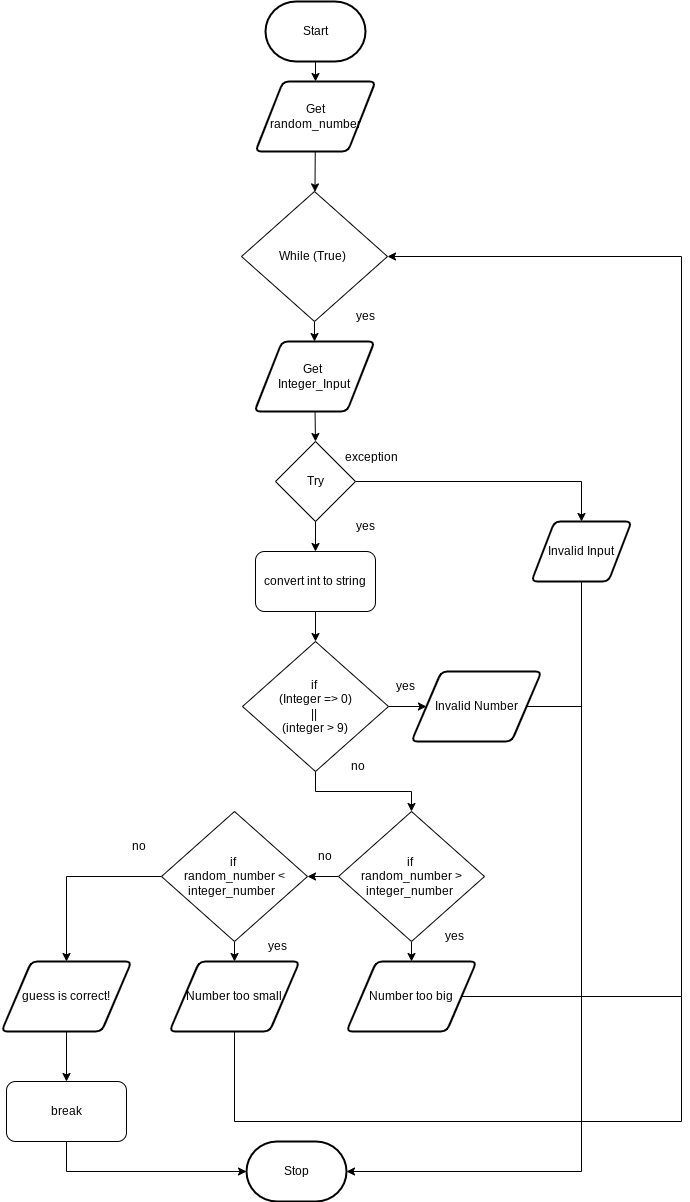
This is Drawio/FlowChart.png from JacksonNaufal/ICS3U-Unit4-05-Python, a draw.io export, as it was before one commit. Source tidied: cells renumbered, new cells last; positions are measured from the earlier drawing's top-left corner, leaving out a move shared by most shapes.
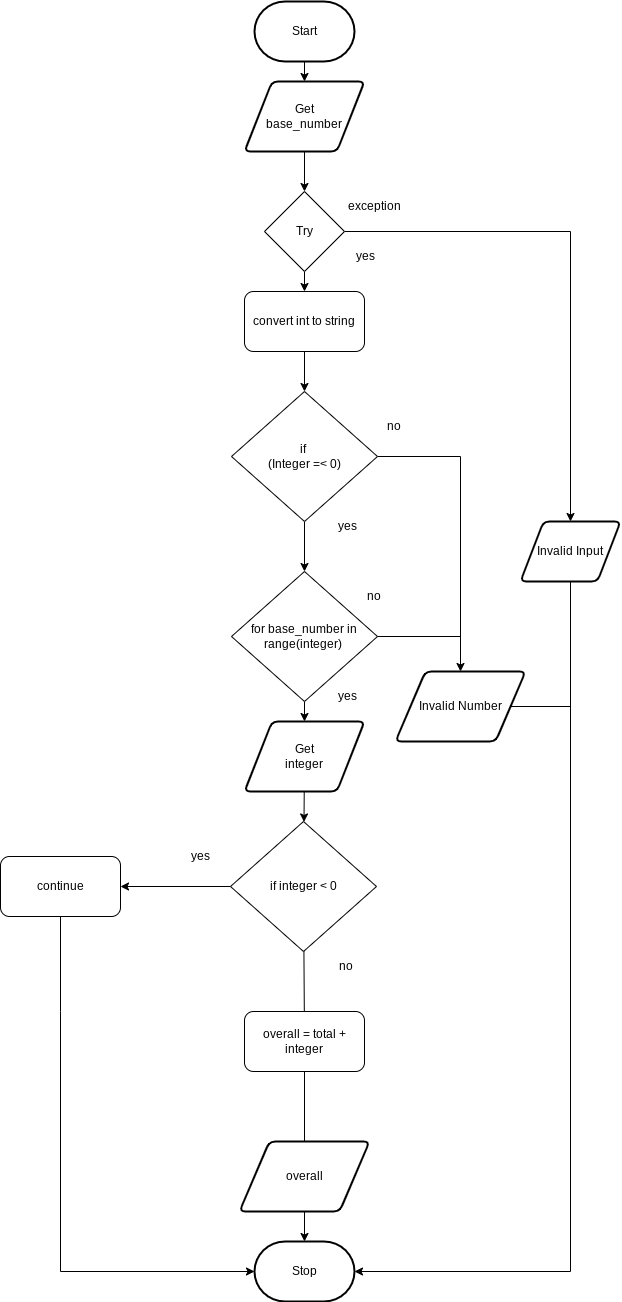
After the commit.

The edit, as a diff of the source:
```diff
@@ -6,7 +6,7 @@
       <mxGeometry x="264" width="100" height="60" as="geometry" />
     </mxCell>
     <mxCell id="3" value="Stop" style="strokeWidth=2;html=1;shape=mxgraph.flowchart.terminator;whiteSpace=wrap;rounded=1;" parent="1" vertex="1">
-      <mxGeometry x="245" y="1140" width="100" height="60" as="geometry" />
+      <mxGeometry x="264" y="1240" width="100" height="60" as="geometry" />
     </mxCell>
     <mxCell id="4" style="edgeStyle=none;html=1;" parent="1" edge="1" source="6" target="15">
       <mxGeometry relative="1" as="geometry" />
@@ -14,48 +14,44 @@
     <mxCell id="5" style="edgeStyle=none;html=1;entryX=0.5;entryY=0;entryDx=0;entryDy=0;endArrow=classic;endFill=1;rounded=0;" parent="1" edge="1" source="6" target="8">
       <mxGeometry relative="1" as="geometry">
         <Array as="points">
-          <mxPoint x="580" y="480" />
+          <mxPoint x="580" y="230" />
         </Array>
       </mxGeometry>
     </mxCell>
     <mxCell id="6" value="Try" style="rhombus;whiteSpace=wrap;html=1;" parent="1" vertex="1">
-      <mxGeometry x="274" y="440" width="80" height="80" as="geometry" />
+      <mxGeometry x="274" y="190" width="80" height="80" as="geometry" />
     </mxCell>
     <mxCell id="7" style="edgeStyle=none;rounded=0;html=1;entryX=1;entryY=0.5;entryDx=0;entryDy=0;entryPerimeter=0;" parent="1" edge="1" source="8" target="3">
       <mxGeometry relative="1" as="geometry">
         <Array as="points">
-          <mxPoint x="580" y="1170" />
+          <mxPoint x="580" y="1270" />
         </Array>
       </mxGeometry>
     </mxCell>
     <mxCell id="8" value="Invalid Input" style="shape=parallelogram;html=1;strokeWidth=2;perimeter=parallelogramPerimeter;whiteSpace=wrap;rounded=1;arcSize=12;size=0.23;" parent="1" vertex="1">
       <mxGeometry x="530" y="520" width="100" height="60" as="geometry" />
     </mxCell>
-    <mxCell id="9" style="edgeStyle=none;rounded=0;html=1;entryX=0.5;entryY=0;entryDx=0;entryDy=0;fontSize=12;endArrow=classic;endFill=1;" parent="1" edge="1" source="10" target="6">
+    <mxCell id="9" style="edgeStyle=none;rounded=0;html=1;entryX=0.5;entryY=0;entryDx=0;entryDy=0;fontSize=12;endArrow=classic;endFill=1;exitX=0.5;exitY=1;exitDx=0;exitDy=0;" parent="1" edge="1" source="23" target="6">
       <mxGeometry relative="1" as="geometry" />
     </mxCell>
-    <mxCell id="10" value="Get &lt;br&gt;Integer_Input" style="shape=parallelogram;html=1;strokeWidth=2;perimeter=parallelogramPerimeter;whiteSpace=wrap;rounded=1;arcSize=12;size=0.23;" parent="1" vertex="1">
-      <mxGeometry x="253" y="340" width="120" height="70" as="geometry" />
-    </mxCell>
-    <mxCell id="11" style="edgeStyle=none;html=1;entryX=0;entryY=0.5;entryDx=0;entryDy=0;" parent="1" edge="1" source="13" target="17">
-      <mxGeometry relative="1" as="geometry" />
+    <mxCell id="11" style="edgeStyle=none;html=1;entryX=0.5;entryY=0;entryDx=0;entryDy=0;rounded=0;" parent="1" edge="1" source="13" target="17">
+      <mxGeometry relative="1" as="geometry">
+        <Array as="points">
+          <mxPoint x="470" y="455" />
+        </Array>
+      </mxGeometry>
     </mxCell>
-    <mxCell id="12" style="edgeStyle=none;rounded=0;html=1;entryX=0.5;entryY=0;entryDx=0;entryDy=0;fontSize=12;endArrow=classic;endFill=1;exitX=0.5;exitY=1;exitDx=0;exitDy=0;" parent="1" edge="1" source="13" target="30">
-      <mxGeometry relative="1" as="geometry">
-        <Array as="points">
-          <mxPoint x="314" y="790" />
-          <mxPoint x="410" y="790" />
-        </Array>
-      </mxGeometry>
-    </mxCell>
+    <mxCell id="46" style="edgeStyle=none;rounded=0;html=1;" parent="1" edge="1" source="13" target="49">
+      <mxGeometry relative="1" as="geometry" />
+    </mxCell>
-    <mxCell id="13" value="if&amp;nbsp;&lt;br&gt;(Integer =&amp;gt; 0)&lt;br&gt;||&amp;nbsp;&lt;br&gt;(integer &amp;gt; 9)" style="rhombus;whiteSpace=wrap;html=1;" parent="1" vertex="1">
-      <mxGeometry x="241" y="640" width="146" height="130" as="geometry" />
+    <mxCell id="13" value="if&amp;nbsp;&lt;br&gt;(Integer =&amp;lt; 0)" style="rhombus;whiteSpace=wrap;html=1;" parent="1" vertex="1">
+      <mxGeometry x="241" y="390" width="146" height="130" as="geometry" />
     </mxCell>
     <mxCell id="14" style="edgeStyle=none;html=1;entryX=0.5;entryY=0;entryDx=0;entryDy=0;" parent="1" edge="1" source="15" target="13">
       <mxGeometry relative="1" as="geometry" />
     </mxCell>
     <mxCell id="15" value="convert int to string" style="rounded=1;whiteSpace=wrap;html=1;" parent="1" vertex="1">
-      <mxGeometry x="254" y="550" width="120" height="60" as="geometry" />
+      <mxGeometry x="254" y="290" width="120" height="60" as="geometry" />
     </mxCell>
     <mxCell id="16" style="edgeStyle=none;rounded=0;html=1;endArrow=none;endFill=0;" parent="1" edge="1" source="17">
       <mxGeometry relative="1" as="geometry">
@@ -63,111 +59,86 @@
       </mxGeometry>
     </mxCell>
     <mxCell id="17" value="&lt;font style=&quot;font-size: 12px&quot;&gt;Invalid Number&lt;/font&gt;" style="shape=parallelogram;html=1;strokeWidth=2;perimeter=parallelogramPerimeter;whiteSpace=wrap;rounded=1;arcSize=12;size=0.23;" parent="1" vertex="1">
-      <mxGeometry x="410" y="670" width="130" height="70" as="geometry" />
+      <mxGeometry x="405" y="670" width="130" height="70" as="geometry" />
     </mxCell>
     <mxCell id="18" value="&lt;font style=&quot;font-size: 12px&quot;&gt;exception&lt;/font&gt;" style="text;html=1;strokeColor=none;fillColor=none;align=center;verticalAlign=middle;whiteSpace=wrap;rounded=0;fontSize=8;" parent="1" vertex="1">
-      <mxGeometry x="340" y="441" width="60" height="30" as="geometry" />
+      <mxGeometry x="354" y="190" width="60" height="30" as="geometry" />
     </mxCell>
     <mxCell id="19" value="&lt;font style=&quot;font-size: 12px&quot;&gt;yes&lt;/font&gt;" style="text;html=1;strokeColor=none;fillColor=none;align=center;verticalAlign=middle;whiteSpace=wrap;rounded=0;fontSize=8;" parent="1" vertex="1">
-      <mxGeometry x="334" y="510" width="60" height="30" as="geometry" />
+      <mxGeometry x="345" y="240" width="60" height="30" as="geometry" />
     </mxCell>
     <mxCell id="20" value="&lt;font style=&quot;font-size: 12px&quot;&gt;yes&lt;/font&gt;" style="text;html=1;strokeColor=none;fillColor=none;align=center;verticalAlign=middle;whiteSpace=wrap;rounded=0;fontSize=8;" parent="1" vertex="1">
-      <mxGeometry x="374" y="670" width="60" height="30" as="geometry" />
+      <mxGeometry x="327" y="510" width="60" height="30" as="geometry" />
     </mxCell>
     <mxCell id="21" value="&lt;font style=&quot;font-size: 12px&quot;&gt;no&lt;/font&gt;" style="text;html=1;strokeColor=none;fillColor=none;align=center;verticalAlign=middle;whiteSpace=wrap;rounded=0;fontSize=8;" parent="1" vertex="1">
-      <mxGeometry x="327" y="750" width="60" height="30" as="geometry" />
+      <mxGeometry x="374" y="410" width="60" height="30" as="geometry" />
     </mxCell>
-    <mxCell id="22" style="edgeStyle=none;rounded=0;html=1;fontSize=12;endArrow=classic;endFill=1;" parent="1" edge="1" source="23" target="26">
-      <mxGeometry relative="1" as="geometry" />
-    </mxCell>
-    <mxCell id="23" value="Get&lt;br&gt;random_number" style="shape=parallelogram;html=1;strokeWidth=2;perimeter=parallelogramPerimeter;whiteSpace=wrap;rounded=1;arcSize=12;size=0.23;" parent="1" vertex="1">
+    <mxCell id="23" value="Get&lt;br&gt;base_number" style="shape=parallelogram;html=1;strokeWidth=2;perimeter=parallelogramPerimeter;whiteSpace=wrap;rounded=1;arcSize=12;size=0.23;" parent="1" vertex="1">
       <mxGeometry x="254" y="80" width="120" height="70" as="geometry" />
     </mxCell>
     <mxCell id="24" style="edgeStyle=none;rounded=0;html=1;endArrow=classic;endFill=1;" parent="1" edge="1" source="2" target="23">
       <mxGeometry relative="1" as="geometry" />
     </mxCell>
-    <mxCell id="25" style="edgeStyle=none;rounded=0;html=1;entryX=0.5;entryY=0;entryDx=0;entryDy=0;fontSize=12;endArrow=classic;endFill=1;" parent="1" edge="1" source="26" target="10">
-      <mxGeometry relative="1" as="geometry" />
-    </mxCell>
-    <mxCell id="26" value="While (True)&amp;nbsp;" style="rhombus;whiteSpace=wrap;html=1;" parent="1" vertex="1">
-      <mxGeometry x="240" y="190" width="146" height="130" as="geometry" />
-    </mxCell>
-    <mxCell id="27" value="&lt;font style=&quot;font-size: 12px&quot;&gt;yes&lt;/font&gt;" style="text;html=1;strokeColor=none;fillColor=none;align=center;verticalAlign=middle;whiteSpace=wrap;rounded=0;fontSize=8;" parent="1" vertex="1">
-      <mxGeometry x="334" y="300" width="60" height="30" as="geometry" />
-    </mxCell>
-    <mxCell id="28" style="edgeStyle=none;rounded=0;html=1;fontSize=12;endArrow=classic;endFill=1;" parent="1" edge="1" source="30" target="35">
-      <mxGeometry relative="1" as="geometry" />
-    </mxCell>
-    <mxCell id="29" style="edgeStyle=none;rounded=0;html=1;fontSize=12;endArrow=classic;endFill=1;" parent="1" edge="1" source="30" target="33">
-      <mxGeometry relative="1" as="geometry" />
-    </mxCell>
-    <mxCell id="30" value="if&amp;nbsp;&lt;br&gt;random_number &amp;gt; integer_number&amp;nbsp;" style="rhombus;whiteSpace=wrap;html=1;" parent="1" vertex="1">
-      <mxGeometry x="337" y="810" width="146" height="130" as="geometry" />
-    </mxCell>
-    <mxCell id="31" style="edgeStyle=none;rounded=0;html=1;fontSize=12;endArrow=classic;endFill=1;" parent="1" edge="1" source="33" target="37">
-      <mxGeometry relative="1" as="geometry" />
-    </mxCell>
-    <mxCell id="32" style="edgeStyle=none;rounded=0;html=1;entryX=0.5;entryY=0;entryDx=0;entryDy=0;fontSize=12;endArrow=classic;endFill=1;exitX=0;exitY=0.5;exitDx=0;exitDy=0;" parent="1" edge="1" source="33">
-      <mxGeometry relative="1" as="geometry">
-        <mxPoint x="65" y="960" as="targetPoint" />
-        <Array as="points">
-          <mxPoint x="65" y="875" />
-        </Array>
-      </mxGeometry>
-    </mxCell>
-    <mxCell id="33" value="if&amp;nbsp;&lt;br&gt;random_number &amp;lt; integer_number&amp;nbsp;&amp;nbsp;" style="rhombus;whiteSpace=wrap;html=1;" parent="1" vertex="1">
-      <mxGeometry x="160" y="810" width="146" height="130" as="geometry" />
-    </mxCell>
-    <mxCell id="34" style="edgeStyle=none;rounded=0;html=1;entryX=1;entryY=0.5;entryDx=0;entryDy=0;fontSize=12;endArrow=classic;endFill=1;" parent="1" edge="1" source="35" target="26">
-      <mxGeometry relative="1" as="geometry">
-        <Array as="points">
-          <mxPoint x="680" y="995" />
-          <mxPoint x="680" y="255" />
-        </Array>
-      </mxGeometry>
-    </mxCell>
-    <mxCell id="35" value="&lt;font style=&quot;font-size: 12px&quot;&gt;Number too big&lt;/font&gt;" style="shape=parallelogram;html=1;strokeWidth=2;perimeter=parallelogramPerimeter;whiteSpace=wrap;rounded=1;arcSize=12;size=0.23;" parent="1" vertex="1">
-      <mxGeometry x="345" y="960" width="130" height="70" as="geometry" />
-    </mxCell>
-    <mxCell id="36" style="edgeStyle=none;rounded=0;html=1;fontSize=12;endArrow=none;endFill=0;exitX=0.5;exitY=1;exitDx=0;exitDy=0;" parent="1" edge="1" source="37">
-      <mxGeometry relative="1" as="geometry">
-        <mxPoint x="680" y="995" as="targetPoint" />
-        <Array as="points">
-          <mxPoint x="233" y="1120" />
-          <mxPoint x="680" y="1120" />
-        </Array>
-      </mxGeometry>
-    </mxCell>
-    <mxCell id="37" value="Number too small" style="shape=parallelogram;html=1;strokeWidth=2;perimeter=parallelogramPerimeter;whiteSpace=wrap;rounded=1;arcSize=12;size=0.23;" parent="1" vertex="1">
-      <mxGeometry x="168" y="960" width="130" height="70" as="geometry" />
-    </mxCell>
     <mxCell id="38" style="edgeStyle=none;rounded=0;html=1;entryX=0;entryY=0.5;entryDx=0;entryDy=0;entryPerimeter=0;fontSize=12;endArrow=classic;endFill=1;exitX=0.5;exitY=1;exitDx=0;exitDy=0;" parent="1" edge="1" source="39" target="3">
       <mxGeometry relative="1" as="geometry">
         <Array as="points">
-          <mxPoint x="65" y="1170" />
+          <mxPoint x="70" y="1010" />
+          <mxPoint x="70" y="1270" />
         </Array>
       </mxGeometry>
     </mxCell>
-    <mxCell id="39" value="break" style="rounded=1;whiteSpace=wrap;html=1;" parent="1" vertex="1">
-      <mxGeometry x="5" y="1080" width="120" height="60" as="geometry" />
+    <mxCell id="39" value="continue" style="rounded=1;whiteSpace=wrap;html=1;" parent="1" vertex="1">
+      <mxGeometry x="10" y="855" width="120" height="60" as="geometry" />
     </mxCell>
-    <mxCell id="40" style="edgeStyle=none;rounded=0;html=1;fontSize=12;endArrow=classic;endFill=1;" parent="1" edge="1" source="41" target="39">
-      <mxGeometry relative="1" as="geometry" />
-    </mxCell>
-    <mxCell id="41" value="guess is correct!" style="shape=parallelogram;html=1;strokeWidth=2;perimeter=parallelogramPerimeter;whiteSpace=wrap;rounded=1;arcSize=12;size=0.23;" parent="1" vertex="1">
-      <mxGeometry y="960" width="130" height="70" as="geometry" />
-    </mxCell>
-    <mxCell id="42" value="&lt;font style=&quot;font-size: 12px&quot;&gt;yes&lt;/font&gt;" style="text;html=1;strokeColor=none;fillColor=none;align=center;verticalAlign=middle;whiteSpace=wrap;rounded=0;fontSize=8;" parent="1" vertex="1">
-      <mxGeometry x="423" y="920" width="60" height="30" as="geometry" />
-    </mxCell>
-    <mxCell id="43" value="&lt;font style=&quot;font-size: 12px&quot;&gt;no&lt;/font&gt;" style="text;html=1;strokeColor=none;fillColor=none;align=center;verticalAlign=middle;whiteSpace=wrap;rounded=0;fontSize=8;" parent="1" vertex="1">
-      <mxGeometry x="294" y="840" width="60" height="30" as="geometry" />
-    </mxCell>
-    <mxCell id="44" value="&lt;font style=&quot;font-size: 12px&quot;&gt;no&lt;/font&gt;" style="text;html=1;strokeColor=none;fillColor=none;align=center;verticalAlign=middle;whiteSpace=wrap;rounded=0;fontSize=8;" parent="1" vertex="1">
-      <mxGeometry x="108" y="830" width="60" height="30" as="geometry" />
-    </mxCell>
-    <mxCell id="45" value="&lt;font style=&quot;font-size: 12px&quot;&gt;yes&lt;/font&gt;" style="text;html=1;strokeColor=none;fillColor=none;align=center;verticalAlign=middle;whiteSpace=wrap;rounded=0;fontSize=8;" parent="1" vertex="1">
-      <mxGeometry x="246" y="930" width="60" height="30" as="geometry" />
-    </mxCell>
+    <mxCell id="47" style="edgeStyle=none;rounded=0;html=1;" parent="1" edge="1" source="49" target="51">
+      <mxGeometry relative="1" as="geometry" />
+    </mxCell>
+    <mxCell id="48" style="edgeStyle=none;rounded=0;html=1;endArrow=none;endFill=0;" parent="1" edge="1" source="49">
+      <mxGeometry relative="1" as="geometry">
+        <mxPoint x="470" y="635" as="targetPoint" />
+      </mxGeometry>
+    </mxCell>
+    <mxCell id="49" value="for base_number in&lt;br&gt;range(integer)&amp;nbsp;" style="rhombus;whiteSpace=wrap;html=1;" parent="1" vertex="1">
+      <mxGeometry x="241" y="570" width="146" height="130" as="geometry" />
+    </mxCell>
+    <mxCell id="50" style="edgeStyle=none;rounded=0;html=1;" parent="1" edge="1" source="51" target="54">
+      <mxGeometry relative="1" as="geometry" />
+    </mxCell>
+    <mxCell id="51" value="Get&lt;br&gt;integer" style="shape=parallelogram;html=1;strokeWidth=2;perimeter=parallelogramPerimeter;whiteSpace=wrap;rounded=1;arcSize=12;size=0.23;" parent="1" vertex="1">
+      <mxGeometry x="254" y="720" width="120" height="70" as="geometry" />
+    </mxCell>
+    <mxCell id="52" style="edgeStyle=none;rounded=0;html=1;" parent="1" edge="1" source="54" target="39">
+      <mxGeometry relative="1" as="geometry" />
+    </mxCell>
+    <mxCell id="53" style="edgeStyle=none;rounded=0;html=1;endArrow=none;endFill=0;" parent="1" edge="1" source="54" target="62">
+      <mxGeometry relative="1" as="geometry" />
+    </mxCell>
+    <mxCell id="54" value="if integer &amp;lt; 0" style="rhombus;whiteSpace=wrap;html=1;" parent="1" vertex="1">
+      <mxGeometry x="240" y="820" width="146" height="130" as="geometry" />
+    </mxCell>
+    <mxCell id="55" style="edgeStyle=none;rounded=0;html=1;" parent="1" edge="1" source="56" target="3">
+      <mxGeometry relative="1" as="geometry" />
+    </mxCell>
+    <mxCell id="56" value="overall" style="shape=parallelogram;html=1;strokeWidth=2;perimeter=parallelogramPerimeter;whiteSpace=wrap;rounded=1;arcSize=12;size=0.23;" parent="1" vertex="1">
+      <mxGeometry x="249" y="1140" width="130" height="70" as="geometry" />
+    </mxCell>
+    <mxCell id="57" value="&lt;font style=&quot;font-size: 12px&quot;&gt;yes&lt;/font&gt;" style="text;html=1;strokeColor=none;fillColor=none;align=center;verticalAlign=middle;whiteSpace=wrap;rounded=0;fontSize=8;" parent="1" vertex="1">
+      <mxGeometry x="327" y="680" width="60" height="30" as="geometry" />
+    </mxCell>
+    <mxCell id="58" value="&lt;font style=&quot;font-size: 12px&quot;&gt;no&lt;/font&gt;" style="text;html=1;strokeColor=none;fillColor=none;align=center;verticalAlign=middle;whiteSpace=wrap;rounded=0;fontSize=8;" parent="1" vertex="1">
+      <mxGeometry x="354" y="580" width="60" height="30" as="geometry" />
+    </mxCell>
+    <mxCell id="59" value="&lt;font style=&quot;font-size: 12px&quot;&gt;yes&lt;/font&gt;" style="text;html=1;strokeColor=none;fillColor=none;align=center;verticalAlign=middle;whiteSpace=wrap;rounded=0;fontSize=8;" parent="1" vertex="1">
+      <mxGeometry x="180" y="840" width="60" height="30" as="geometry" />
+    </mxCell>
+    <mxCell id="60" value="&lt;font style=&quot;font-size: 12px&quot;&gt;no&lt;/font&gt;" style="text;html=1;strokeColor=none;fillColor=none;align=center;verticalAlign=middle;whiteSpace=wrap;rounded=0;fontSize=8;" parent="1" vertex="1">
+      <mxGeometry x="326" y="950" width="60" height="30" as="geometry" />
+    </mxCell>
+    <mxCell id="61" style="edgeStyle=none;rounded=0;html=1;endArrow=none;endFill=0;" parent="1" edge="1" source="62" target="56">
+      <mxGeometry relative="1" as="geometry" />
+    </mxCell>
+    <mxCell id="62" value="overall = total + integer" style="rounded=1;whiteSpace=wrap;html=1;" parent="1" vertex="1">
+      <mxGeometry x="254" y="1010" width="120" height="60" as="geometry" />
+    </mxCell>
   </root>
 </mxGraphModel>
```
